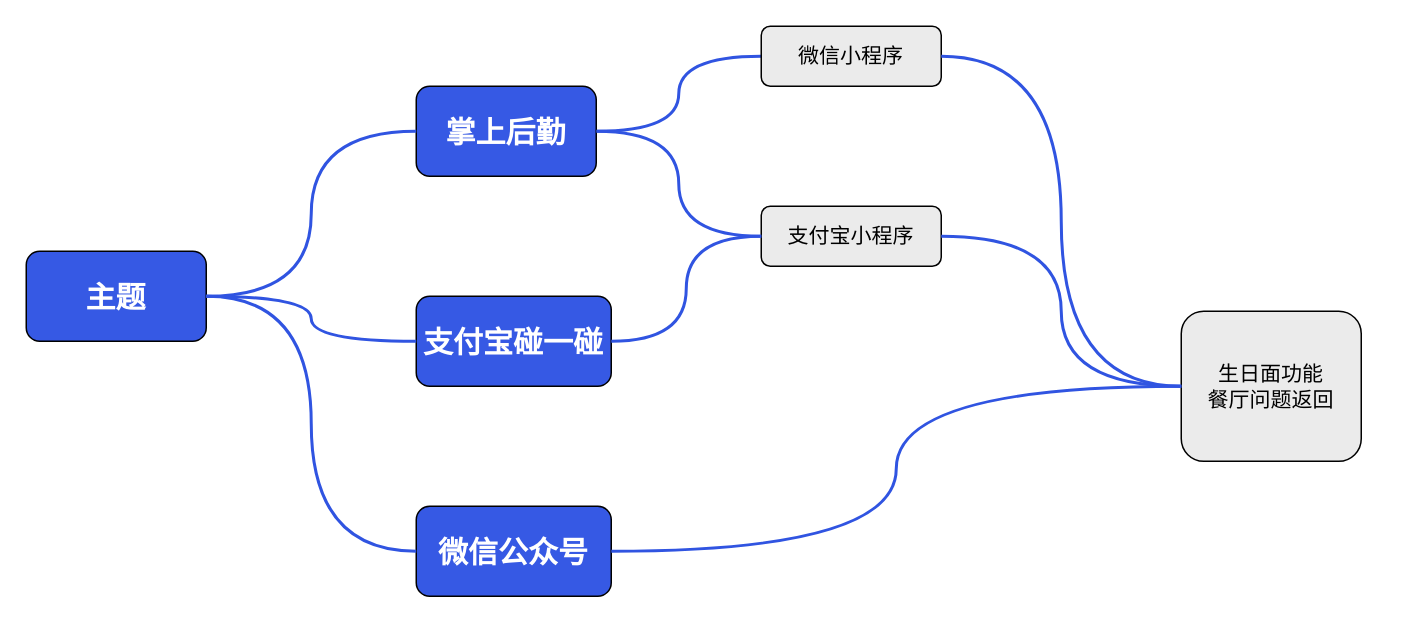
The draw.io diagram 思维导图.drawio in bzerozero7/test, before the edit. Source tidied: cells renumbered, new cells numbered last; positions are measured from the earlier drawing's top-left corner, leaving out a move shared by most shapes. Both pictures are drawn from the tidied source at 150%, with x=0, y=0 at pixel (26, 26).
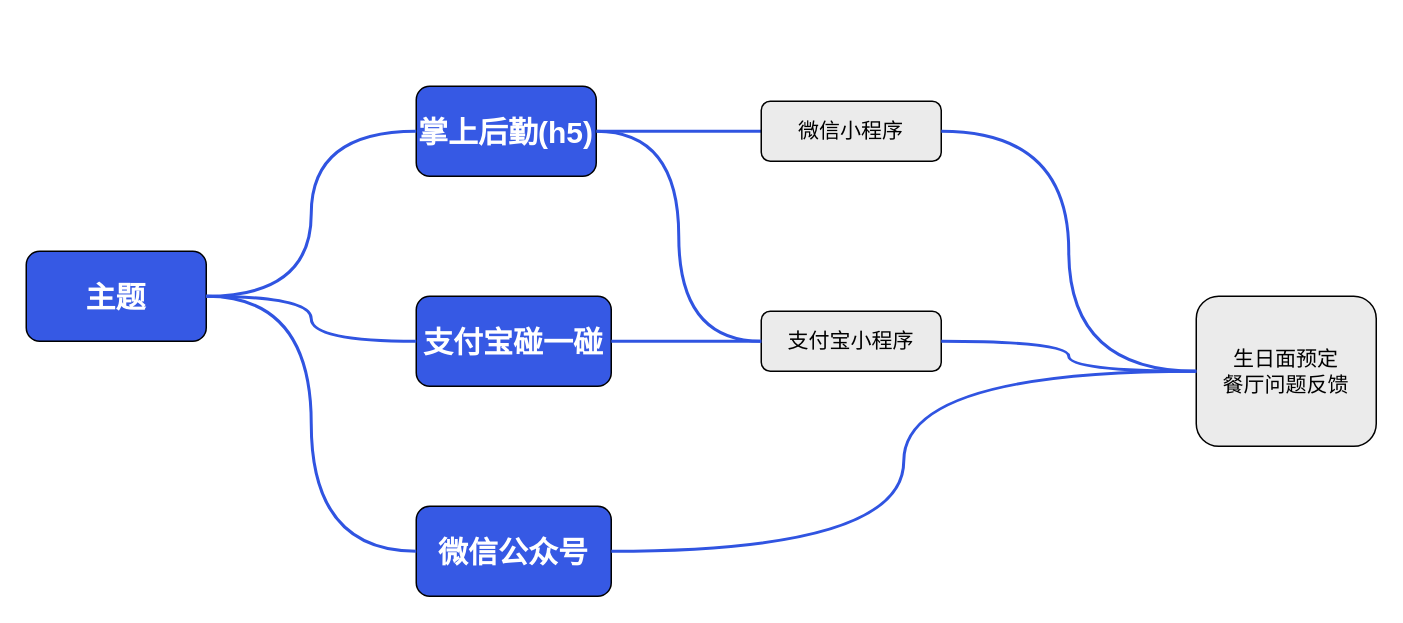
After the change.

Commit message:
更新思维导图.drawio

Diff of the diagram source:
```diff
@@
 <mxGraphModel>
   <root>
     <mxCell id="0" />
     <mxCell id="1" parent="0" />
     <mxCell id="2" style="rounded=0;jettySize=auto;html=1;exitX=1;exitY=0.5;exitDx=0;exitDy=0;entryX=0;entryY=0.5;entryDx=0;entryDy=0;edgeStyle=orthogonalEdgeStyle;endArrow=none;endFill=0;strokeColor=#3054E1;jumpStyle=none;curved=1;strokeWidth=2;" parent="1" edge="1" source="3" target="5">
       <mxGeometry relative="1" as="geometry" />
     </mxCell>
-    <mxCell id="3" value="&lt;font style=&quot;color: rgb(255, 255, 255); font-size: 20px;&quot;&gt;&lt;b style=&quot;&quot;&gt;掌上后勤&lt;/b&gt;&lt;/font&gt;" style="rounded=1;whiteSpace=wrap;html=1;fillColor=#3659E4;" parent="1" vertex="1">
+    <mxCell id="3" value="&lt;font style=&quot;color: rgb(255, 255, 255); font-size: 20px;&quot;&gt;&lt;b style=&quot;&quot;&gt;掌上后勤(h5)&lt;/b&gt;&lt;/font&gt;" style="rounded=1;whiteSpace=wrap;html=1;fillColor=#3659E4;" parent="1" vertex="1">
       <mxGeometry x="260" y="40" width="120" height="60" as="geometry" />
     </mxCell>
     <mxCell id="4" value="&lt;font color=&quot;#ffffff&quot;&gt;&lt;span style=&quot;font-size: 20px;&quot;&gt;&lt;b&gt;支付宝碰一碰&lt;/b&gt;&lt;/span&gt;&lt;/font&gt;" style="rounded=1;whiteSpace=wrap;html=1;fillColor=#3659E4;" parent="1" vertex="1">
       <mxGeometry x="260" y="180" width="130" height="60" as="geometry" />
     </mxCell>
     <mxCell id="5" value="&lt;font style=&quot;font-size: 14px;&quot;&gt;微信小程序&lt;/font&gt;" style="rounded=1;whiteSpace=wrap;html=1;fillColor=#EBEBEB;" parent="1" vertex="1">
-      <mxGeometry x="490" width="120" height="40" as="geometry" />
+      <mxGeometry x="490" y="50" width="120" height="40" as="geometry" />
     </mxCell>
     <mxCell id="6" value="&lt;span style=&quot;font-size: 14px;&quot;&gt;支付宝小程序&lt;/span&gt;" style="rounded=1;whiteSpace=wrap;html=1;fillColor=#EBEBEB;" parent="1" vertex="1">
-      <mxGeometry x="490" y="120" width="120" height="40" as="geometry" />
+      <mxGeometry x="490" y="190" width="120" height="40" as="geometry" />
     </mxCell>
     <mxCell id="7" style="rounded=0;jettySize=auto;html=1;exitX=1;exitY=0.5;exitDx=0;exitDy=0;entryX=0;entryY=0.5;entryDx=0;entryDy=0;edgeStyle=orthogonalEdgeStyle;endArrow=none;endFill=0;strokeColor=#3054E1;jumpStyle=none;curved=1;strokeWidth=2;" parent="1" edge="1" source="3" target="6">
       <mxGeometry relative="1" as="geometry" />
     </mxCell>
     <mxCell id="8" style="rounded=0;jettySize=auto;html=1;exitX=1;exitY=0.5;exitDx=0;exitDy=0;entryX=0;entryY=0.5;entryDx=0;entryDy=0;edgeStyle=orthogonalEdgeStyle;endArrow=none;endFill=0;strokeColor=#3054E1;jumpStyle=none;curved=1;strokeWidth=2;" parent="1" edge="1" source="4" target="6">
       <mxGeometry relative="1" as="geometry" />
     </mxCell>
-    <mxCell id="9" value="&lt;span style=&quot;font-size: 14px;&quot;&gt;生日面功能&lt;/span&gt;&lt;div&gt;&lt;span style=&quot;font-size: 14px;&quot;&gt;餐厅问题返回&lt;/span&gt;&lt;/div&gt;" style="rounded=1;whiteSpace=wrap;html=1;fillColor=#EBEBEB;" parent="1" vertex="1">
-      <mxGeometry x="770" y="190" width="120" height="100" as="geometry" />
+    <mxCell id="9" value="&lt;span style=&quot;font-size: 14px;&quot;&gt;生日面预定&lt;/span&gt;&lt;div&gt;&lt;span style=&quot;font-size: 14px;&quot;&gt;餐厅问题反馈&lt;/span&gt;&lt;/div&gt;" style="rounded=1;whiteSpace=wrap;html=1;fillColor=#EBEBEB;" parent="1" vertex="1">
+      <mxGeometry x="780" y="180" width="120" height="100" as="geometry" />
     </mxCell>
     <mxCell id="10" value="&lt;font color=&quot;#ffffff&quot;&gt;&lt;span style=&quot;font-size: 20px;&quot;&gt;&lt;b&gt;主题&lt;/b&gt;&lt;/span&gt;&lt;/font&gt;" style="rounded=1;whiteSpace=wrap;html=1;fillColor=#3659E4;" parent="1" vertex="1">
       <mxGeometry y="150" width="120" height="60" as="geometry" />
     </mxCell>
     <mxCell id="11" style="rounded=0;jettySize=auto;html=1;edgeStyle=orthogonalEdgeStyle;endArrow=none;endFill=0;strokeColor=#3054E1;jumpStyle=none;curved=1;strokeWidth=2;entryX=0;entryY=0.5;entryDx=0;entryDy=0;exitX=1;exitY=0.5;exitDx=0;exitDy=0;" parent="1" edge="1" source="10" target="3">
       <mxGeometry relative="1" as="geometry" />
     </mxCell>
     <mxCell id="12" style="rounded=0;jettySize=auto;html=1;exitX=1;exitY=0.5;exitDx=0;exitDy=0;edgeStyle=orthogonalEdgeStyle;endArrow=none;endFill=0;strokeColor=#3054E1;jumpStyle=none;curved=1;strokeWidth=2;entryX=0;entryY=0.5;entryDx=0;entryDy=0;" parent="1" edge="1" source="10" target="4">
       <mxGeometry relative="1" as="geometry" />
     </mxCell>
     <mxCell id="13" value="&lt;font color=&quot;#ffffff&quot;&gt;&lt;span style=&quot;font-size: 20px;&quot;&gt;&lt;b&gt;微信公众号&lt;/b&gt;&lt;/span&gt;&lt;/font&gt;" style="rounded=1;whiteSpace=wrap;html=1;fillColor=#3659E4;" parent="1" vertex="1">
       <mxGeometry x="260" y="320" width="130" height="60" as="geometry" />
     </mxCell>
     <mxCell id="14" style="rounded=0;jettySize=auto;html=1;exitX=1;exitY=0.5;exitDx=0;exitDy=0;edgeStyle=orthogonalEdgeStyle;endArrow=none;endFill=0;strokeColor=#3054E1;jumpStyle=none;curved=1;strokeWidth=2;entryX=0;entryY=0.5;entryDx=0;entryDy=0;" parent="1" edge="1" source="10" target="13">
       <mxGeometry relative="1" as="geometry" />
     </mxCell>
     <mxCell id="15" style="rounded=0;jettySize=auto;html=1;exitX=1;exitY=0.5;exitDx=0;exitDy=0;entryX=0;entryY=0.5;entryDx=0;entryDy=0;edgeStyle=orthogonalEdgeStyle;endArrow=none;endFill=0;strokeColor=#3054E1;jumpStyle=none;curved=1;strokeWidth=2;" parent="1" edge="1" source="5" target="9">
       <mxGeometry relative="1" as="geometry" />
     </mxCell>
     <mxCell id="16" style="rounded=0;jettySize=auto;html=1;exitX=1;exitY=0.5;exitDx=0;exitDy=0;entryX=0;entryY=0.5;entryDx=0;entryDy=0;edgeStyle=orthogonalEdgeStyle;endArrow=none;endFill=0;strokeColor=#3054E1;jumpStyle=none;curved=1;strokeWidth=2;" parent="1" edge="1" source="6" target="9">
       <mxGeometry relative="1" as="geometry" />
     </mxCell>
     <mxCell id="17" style="rounded=0;jettySize=auto;html=1;entryX=0;entryY=0.5;entryDx=0;entryDy=0;edgeStyle=orthogonalEdgeStyle;endArrow=none;endFill=0;strokeColor=#3054E1;jumpStyle=none;curved=1;strokeWidth=2;" parent="1" edge="1" source="13" target="9">
       <mxGeometry relative="1" as="geometry" />
     </mxCell>
   </root>
 </mxGraphModel>
```
